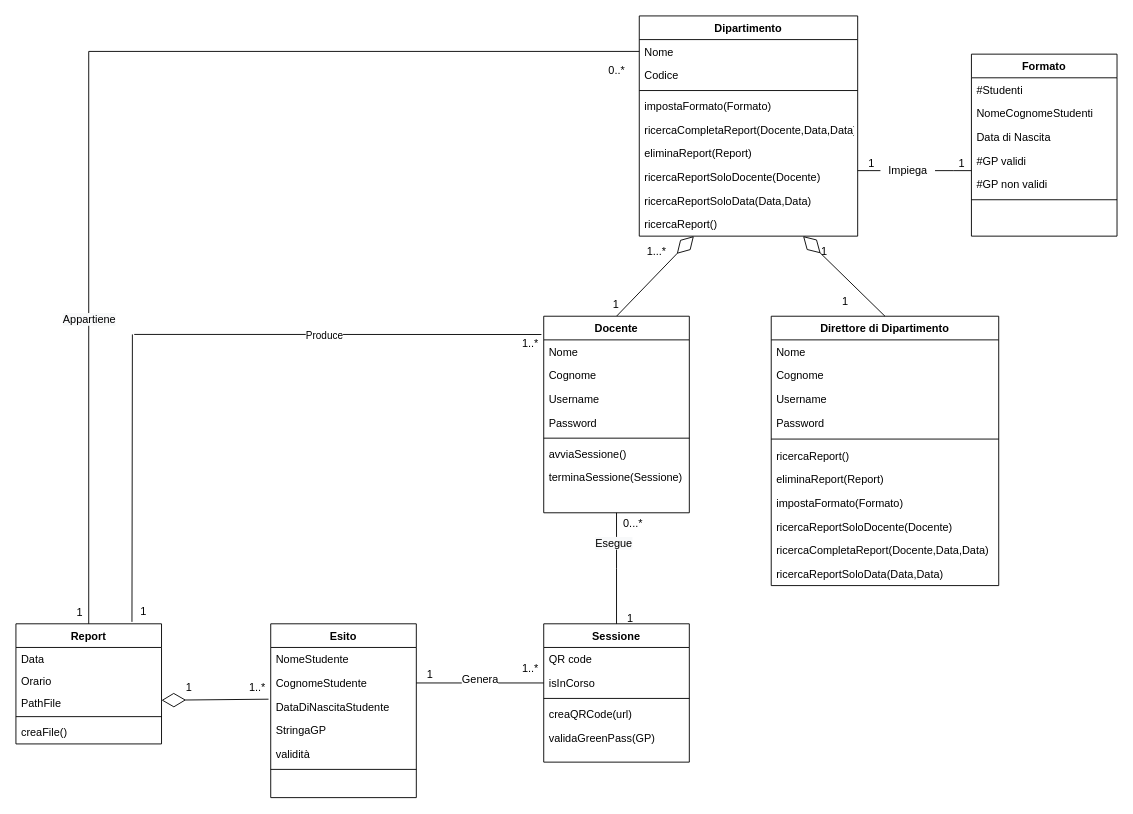
Earlier version of the draw.io diagram Documentazione/Resources/Class Diagram/Class Diagram.drawio (Alberto-00/EasyPass). Source tidied: cells renumbered, new cells numbered last; positions are measured from the earlier drawing's top-left corner, leaving out a move shared by most shapes. Both pictures are drawn from the tidied source at 91%, with x=0, y=0 at pixel (15, 15).
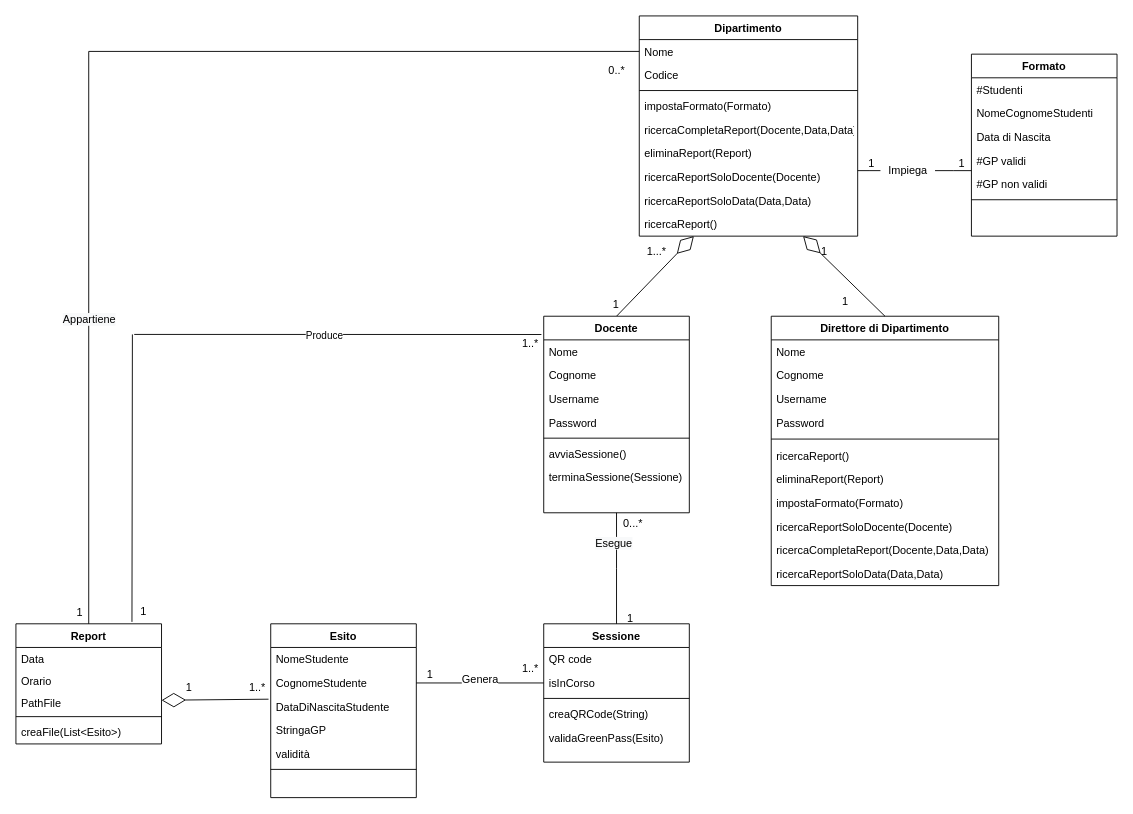
The same page after the edit.

The change refers to these unchanged cells:
```xml
<mxCell id="35" value="Sessione" style="swimlane;fontStyle=1;align=center;verticalAlign=top;horizontal=1;startSize=26;rounded=0;shadow=0;strokeWidth=1;" parent="1" vertex="1">
  <mxGeometry x="580" y="668" width="160" height="152" as="geometry" />
</mxCell>
<mxCell id="41" value="Report" style="swimlane;fontStyle=1;align=center;verticalAlign=top;horizontal=1;startSize=26;rounded=0;shadow=0;strokeWidth=1;" parent="1" vertex="1">
  <mxGeometry y="668" width="160" height="132" as="geometry" />
</mxCell>
```

The edit, as a diff of the source:
```diff
@@
-    <mxCell id="39" value="creaQRCode(url)" style="text;align=left;verticalAlign=top;spacingLeft=4;spacingRight=4;overflow=hidden;fontStyle=0;" parent="35" vertex="1">
+    <mxCell id="39" value="creaQRCode(String)" style="text;align=left;verticalAlign=top;spacingLeft=4;spacingRight=4;overflow=hidden;fontStyle=0;" parent="35" vertex="1">
       <mxGeometry y="86" width="160" height="26" as="geometry" />
     </mxCell>
-    <mxCell id="40" value="validaGreenPass(GP)" style="text;align=left;verticalAlign=top;spacingLeft=4;spacingRight=4;overflow=hidden;" parent="35" vertex="1">
+    <mxCell id="40" value="validaGreenPass(Esito)" style="text;align=left;verticalAlign=top;spacingLeft=4;spacingRight=4;overflow=hidden;" parent="35" vertex="1">
       <mxGeometry y="112" width="160" height="26" as="geometry" />
     </mxCell>
@@
-    <mxCell id="46" value="creaFile()&#10;" style="text;align=left;verticalAlign=top;spacingLeft=4;spacingRight=4;overflow=hidden;fontStyle=0;" parent="41" vertex="1">
+    <mxCell id="46" value="creaFile(List&lt;Esito&gt;)&#10;" style="text;align=left;verticalAlign=top;spacingLeft=4;spacingRight=4;overflow=hidden;fontStyle=0;" parent="41" vertex="1">
       <mxGeometry y="106" width="160" height="26" as="geometry" />
     </mxCell>
```
